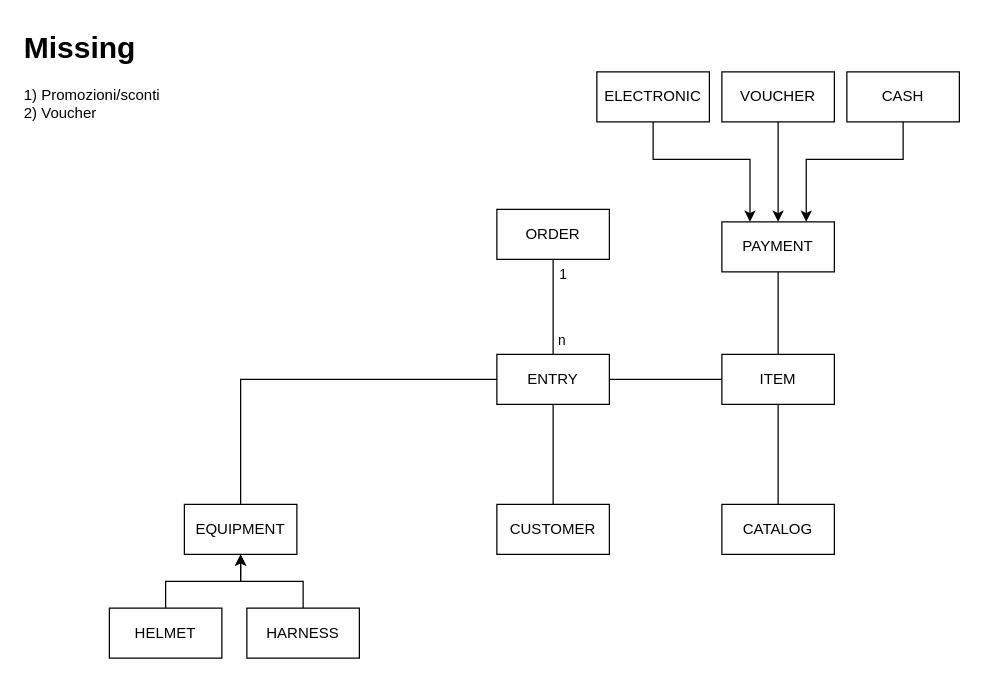
The draw.io diagram docs/diagramma_entita.drawio in Daviderendina/DAFNE, before the edit. Source tidied: cells renumbered, new cells numbered last; positions are measured from the earlier drawing's top-left corner, leaving out a move shared by most shapes. Both pictures are drawn from the tidied source at 125%, with x=0, y=0 at pixel (21, 21).
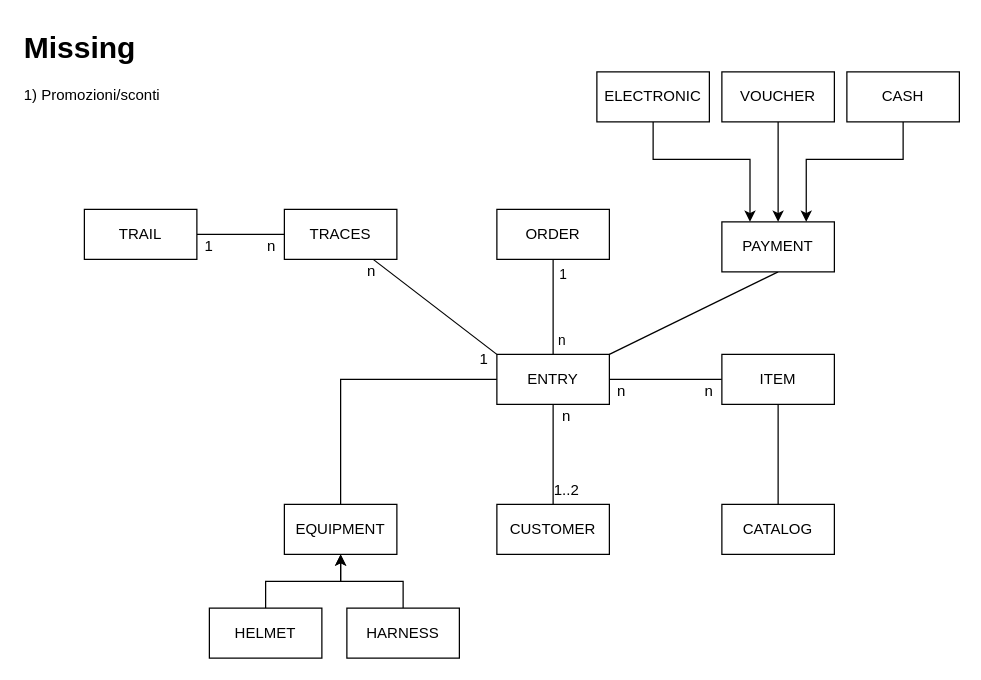
After the change.

The change refers to these unchanged cells:
```xml
<mxCell id="12" value="ENTRY" style="rounded=0;whiteSpace=wrap;html=1;" parent="1" vertex="1">
  <mxGeometry x="380" y="266" width="90" height="40" as="geometry" />
</mxCell>
<mxCell id="18" value="ITEM" style="rounded=0;whiteSpace=wrap;html=1;" parent="1" vertex="1">
  <mxGeometry x="560" y="266" width="90" height="40" as="geometry" />
</mxCell>
<mxCell id="21" value="PAYMENT" style="rounded=0;whiteSpace=wrap;html=1;" parent="1" vertex="1">
  <mxGeometry x="560" y="160" width="90" height="40" as="geometry" />
</mxCell>
```

The edit, as a diff of the source:
```diff
@@
     <mxCell id="2" value="EQUIPMENT" style="rounded=0;whiteSpace=wrap;html=1;" parent="1" vertex="1">
-      <mxGeometry x="130" y="386" width="90" height="40" as="geometry" />
+      <mxGeometry x="210" y="386" width="90" height="40" as="geometry" />
     </mxCell>
@@
     <mxCell id="4" value="HELMET" style="rounded=0;whiteSpace=wrap;html=1;" parent="1" vertex="1">
-      <mxGeometry x="70" y="469" width="90" height="40" as="geometry" />
+      <mxGeometry x="150" y="469" width="90" height="40" as="geometry" />
     </mxCell>
@@
     <mxCell id="6" value="HARNESS" style="rounded=0;whiteSpace=wrap;html=1;" parent="1" vertex="1">
-      <mxGeometry x="180" y="469" width="90" height="40" as="geometry" />
+      <mxGeometry x="260" y="469" width="90" height="40" as="geometry" />
     </mxCell>
@@
-    <mxCell id="17" style="edgeStyle=orthogonalEdgeStyle;rounded=0;jettySize=auto;html=1;exitX=0.5;exitY=0;exitDx=0;exitDy=0;entryX=0.5;entryY=1;entryDx=0;entryDy=0;endArrow=none;endFill=0;" parent="1" edge="1" source="18" target="21">
+    <mxCell id="17" style="rounded=0;jettySize=auto;html=1;exitX=1;exitY=0;exitDx=0;exitDy=0;entryX=0.5;entryY=1;entryDx=0;entryDy=0;endArrow=none;endFill=0;" parent="1" edge="1" source="12" target="21">
       <mxGeometry relative="1" as="geometry" />
     </mxCell>
@@
-    <mxCell id="20" value="&lt;h1 style=&quot;margin-top: 0px;&quot;&gt;Missing&lt;/h1&gt;&lt;div&gt;1) Promozioni/sconti&lt;br&gt;2) Voucher&lt;br&gt;&lt;/div&gt;" style="text;html=1;whiteSpace=wrap;overflow=hidden;rounded=0;" parent="1" vertex="1">
+    <mxCell id="20" value="&lt;h1 style=&quot;margin-top: 0px;&quot;&gt;Missing&lt;/h1&gt;&lt;div&gt;1) Promozioni/sconti&lt;br&gt;&lt;/div&gt;" style="text;html=1;whiteSpace=wrap;overflow=hidden;rounded=0;" parent="1" vertex="1">
       <mxGeometry width="180" height="120" as="geometry" />
     </mxCell>
@@
+    <mxCell id="28" style="rounded=0;jettySize=auto;html=1;entryX=0;entryY=0;entryDx=0;entryDy=0;endArrow=none;endFill=0;" parent="1" edge="1" source="29" target="12">
+      <mxGeometry relative="1" as="geometry" />
+    </mxCell>
+    <mxCell id="29" value="TRACES" style="rounded=0;whiteSpace=wrap;html=1;" parent="1" vertex="1">
+      <mxGeometry x="210" y="150" width="90" height="40" as="geometry" />
+    </mxCell>
+    <mxCell id="30" value="1..2" style="text;html=1;align=center;verticalAlign=middle;whiteSpace=wrap;rounded=0;" parent="1" vertex="1">
+      <mxGeometry x="426" y="365" width="20" height="20" as="geometry" />
+    </mxCell>
+    <mxCell id="31" value="n" style="text;html=1;align=center;verticalAlign=middle;whiteSpace=wrap;rounded=0;" parent="1" vertex="1">
+      <mxGeometry x="426" y="306" width="20" height="20" as="geometry" />
+    </mxCell>
+    <mxCell id="32" value="n" style="text;html=1;align=center;verticalAlign=middle;whiteSpace=wrap;rounded=0;" parent="1" vertex="1">
+      <mxGeometry x="470" y="286" width="20" height="20" as="geometry" />
+    </mxCell>
+    <mxCell id="33" value="n" style="text;html=1;align=center;verticalAlign=middle;whiteSpace=wrap;rounded=0;" parent="1" vertex="1">
+      <mxGeometry x="540" y="286" width="20" height="20" as="geometry" />
+    </mxCell>
+    <mxCell id="34" value="n" style="text;html=1;align=center;verticalAlign=middle;whiteSpace=wrap;rounded=0;" parent="1" vertex="1">
+      <mxGeometry x="270" y="190" width="20" height="20" as="geometry" />
+    </mxCell>
+    <mxCell id="35" value="1" style="text;html=1;align=center;verticalAlign=middle;whiteSpace=wrap;rounded=0;" parent="1" vertex="1">
+      <mxGeometry x="360" y="260" width="20" height="20" as="geometry" />
+    </mxCell>
+    <mxCell id="36" style="edgeStyle=orthogonalEdgeStyle;rounded=0;jettySize=auto;html=1;entryX=0;entryY=0.5;entryDx=0;entryDy=0;endArrow=none;endFill=0;" parent="1" edge="1" source="37" target="29">
+      <mxGeometry relative="1" as="geometry" />
+    </mxCell>
+    <mxCell id="37" value="TRAIL" style="rounded=0;whiteSpace=wrap;html=1;" parent="1" vertex="1">
+      <mxGeometry x="50" y="150" width="90" height="40" as="geometry" />
+    </mxCell>
+    <mxCell id="38" value="n" style="text;html=1;align=center;verticalAlign=middle;whiteSpace=wrap;rounded=0;" parent="1" vertex="1">
+      <mxGeometry x="190" y="170" width="20" height="20" as="geometry" />
+    </mxCell>
+    <mxCell id="39" value="1" style="text;html=1;align=center;verticalAlign=middle;whiteSpace=wrap;rounded=0;" parent="1" vertex="1">
+      <mxGeometry x="140" y="170" width="20" height="20" as="geometry" />
+    </mxCell>
```
